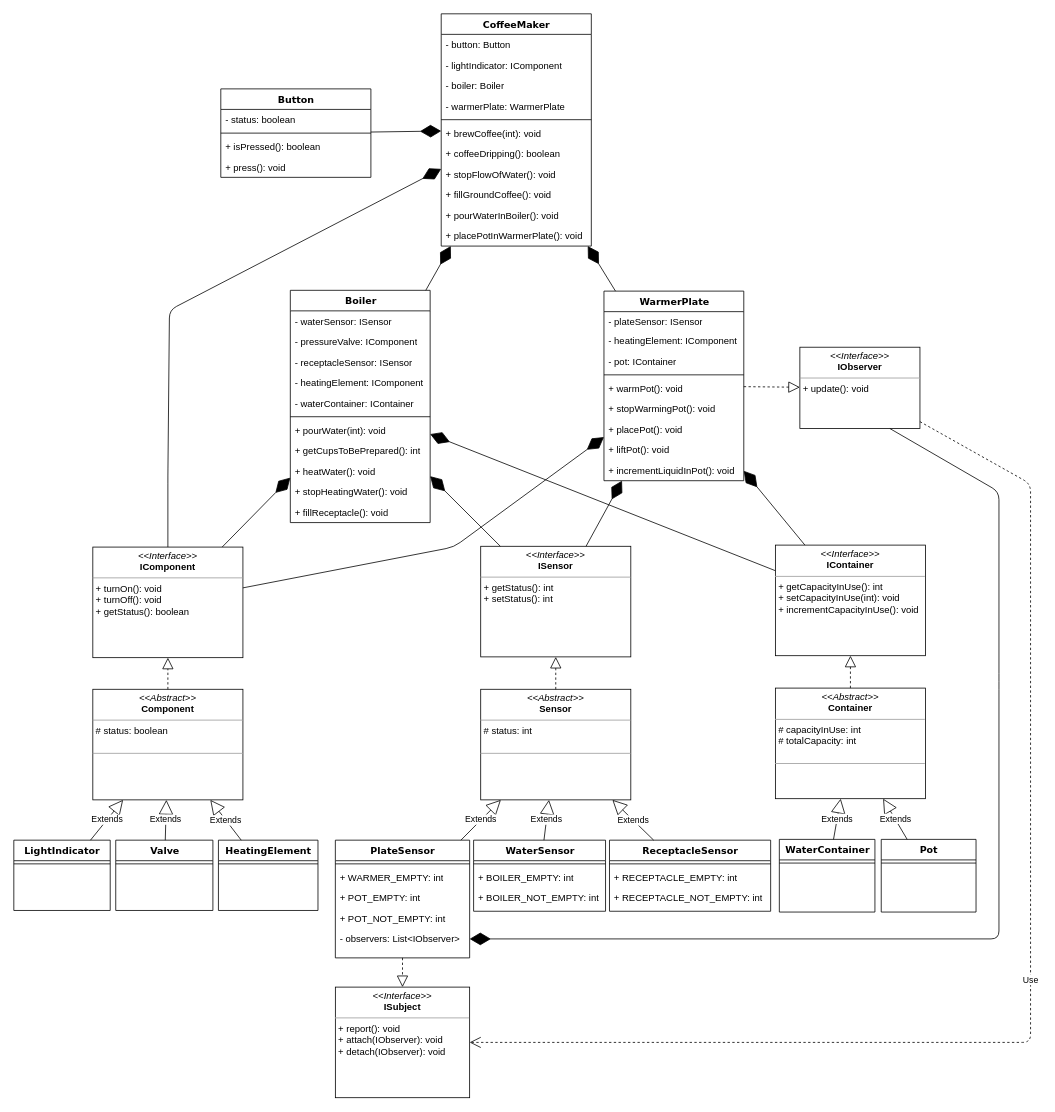
Earlier version of the draw.io diagram Resources/CoffeeMaker.drawio (aburgosu/CoffeeMaker-JAM). Source tidied: cells renumbered, new cells numbered last; positions are measured from the earlier drawing's top-left corner, leaving out a move shared by most shapes. Both pictures are drawn from the tidied source at 79%, with x=0, y=0 at pixel (13, 13).
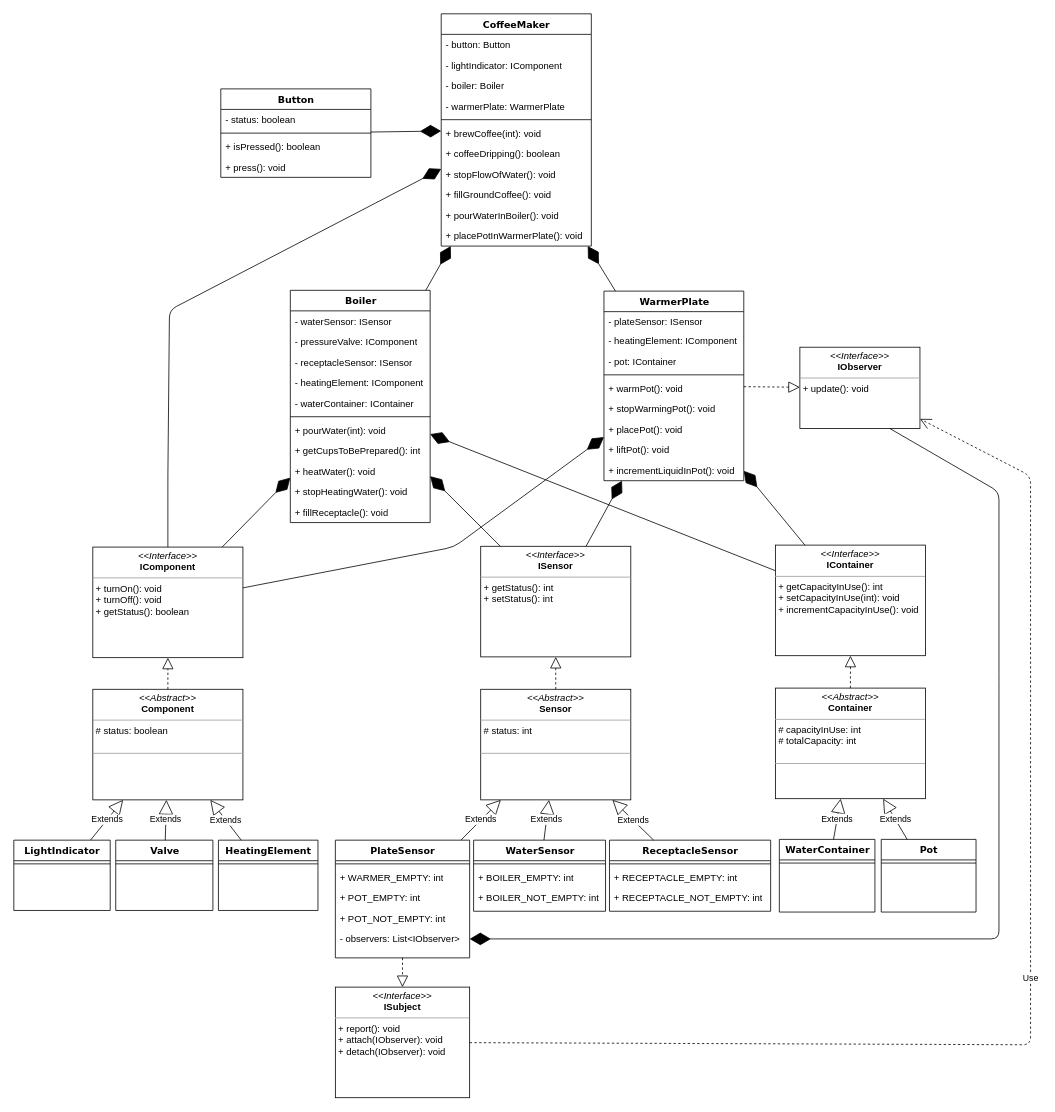
The same diagram, later.

Commit message (it also covers changes not shown here):
Class diagram use relationship arrow fix

Unchanged cells that the change refers to:
```xml
<mxCell id="89" value="&lt;p style=&quot;margin: 0px ; margin-top: 4px ; text-align: center&quot;&gt;&lt;i&gt;&amp;lt;&amp;lt;Interface&amp;gt;&amp;gt;&lt;/i&gt;&lt;br&gt;&lt;b&gt;ISubject&lt;/b&gt;&lt;/p&gt;&lt;hr size=&quot;1&quot;&gt;&lt;p style=&quot;margin: 0px ; margin-left: 4px&quot;&gt;&lt;/p&gt;&lt;p style=&quot;margin: 0px ; margin-left: 4px&quot;&gt;+ report(): void&lt;/p&gt;&lt;p style=&quot;margin: 0px ; margin-left: 4px&quot;&gt;+ attach(IObserver): void&lt;/p&gt;&lt;p style=&quot;margin: 0px ; margin-left: 4px&quot;&gt;+ detach(IObserver): void&lt;/p&gt;&lt;br&gt;" style="verticalAlign=top;align=left;overflow=fill;fontSize=12;fontFamily=Helvetica;html=1;rounded=0;shadow=0;comic=0;labelBackgroundColor=none;strokeColor=#000000;strokeWidth=1;fillColor=#ffffff;" parent="1" vertex="1">
  <mxGeometry x="407" y="1232" width="170" height="140" as="geometry" />
</mxCell>
<mxCell id="90" value="&lt;p style=&quot;margin: 0px ; margin-top: 4px ; text-align: center&quot;&gt;&lt;i&gt;&amp;lt;&amp;lt;Interface&amp;gt;&amp;gt;&lt;/i&gt;&lt;br&gt;&lt;b&gt;IObserver&lt;/b&gt;&lt;/p&gt;&lt;hr size=&quot;1&quot;&gt;&lt;p style=&quot;margin: 0px ; margin-left: 4px&quot;&gt;&lt;/p&gt;&lt;p style=&quot;margin: 0px ; margin-left: 4px&quot;&gt;&lt;span&gt;+ update(): void&lt;/span&gt;&lt;br&gt;&lt;/p&gt;" style="verticalAlign=top;align=left;overflow=fill;fontSize=12;fontFamily=Helvetica;html=1;rounded=0;shadow=0;comic=0;labelBackgroundColor=none;strokeColor=#000000;strokeWidth=1;fillColor=#ffffff;" parent="1" vertex="1">
  <mxGeometry x="995" y="422" width="152" height="103" as="geometry" />
</mxCell>
```

What changed in the source:
```diff
@@
-    <mxCell id="97" value="Use" style="endArrow=open;endSize=12;dashed=1;html=1;" parent="1" edge="1" source="90" target="89">
+    <mxCell id="97" value="Use" style="endArrow=open;endSize=12;dashed=1;html=1;" parent="1" edge="1" source="89" target="90">
       <mxGeometry relative="1" as="geometry">
         <Array as="points">
-          <mxPoint x="1287" y="595" />
-          <mxPoint x="1287" y="1302" />
+          <mxPoint x="1287" y="1305" />
+          <mxPoint x="1287" y="995" />
+          <mxPoint x="1287" y="585" />
         </Array>
       </mxGeometry>
     </mxCell>
```
